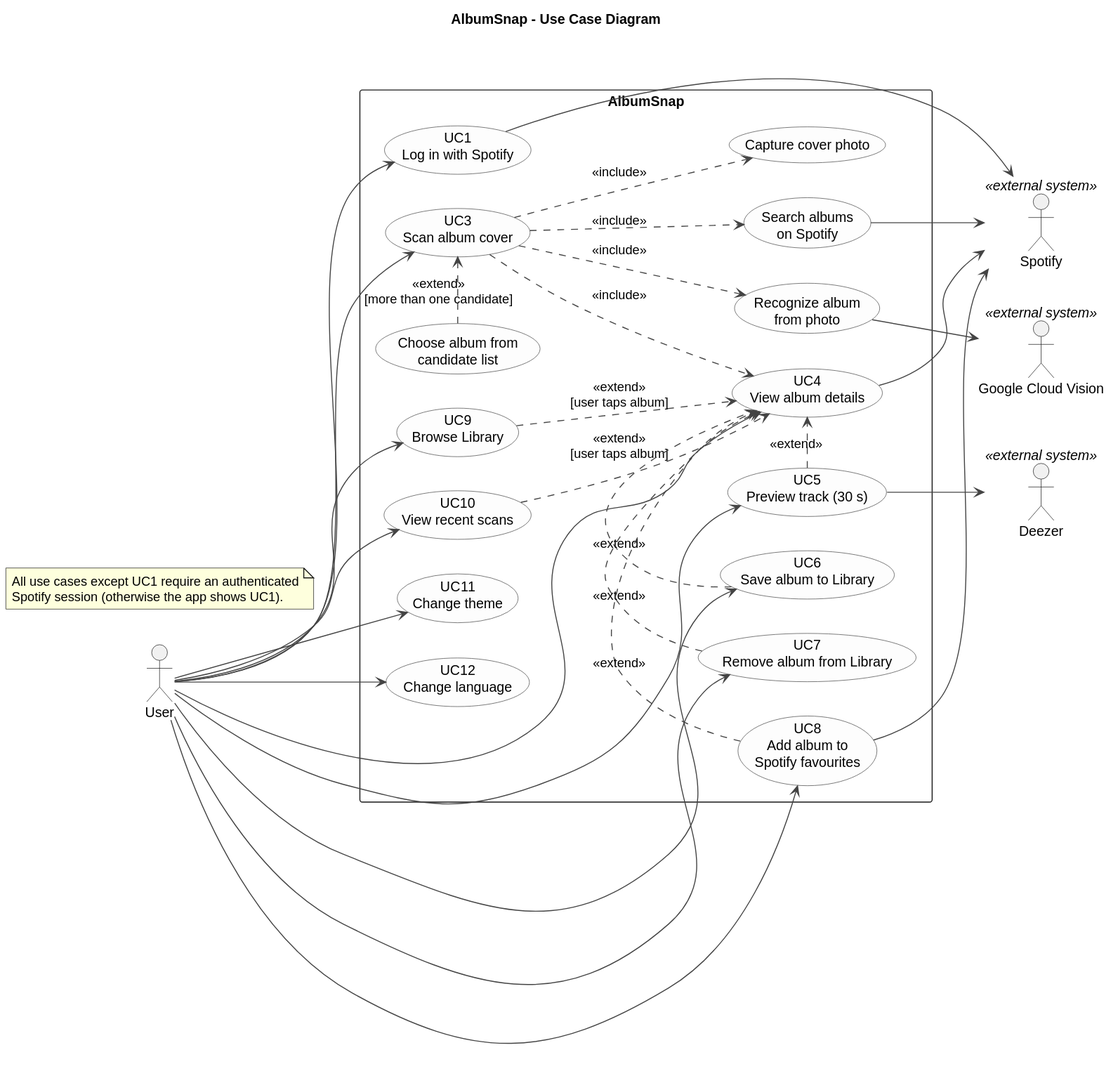
nunoc-isep/DSSMV_ProjectDroid_1251610_1241122 keeps this PlantUML diagram as docs/svg/use_cases.svg. Above is the earlier version. Its diagram source:
```plantuml
@startuml
title AlbumSnap - Use Case Diagram

skinparam shadowing false
skinparam packageStyle rectangle
skinparam usecase {
  BackgroundColor #FDFDFD
  BorderColor #444444
}
skinparam ArrowColor #444444
left to right direction

actor "User" as U
actor "Spotify" as SP <<external system>>
actor "Google Cloud Vision" as GV <<external system>>
actor "Deezer" as DZ <<external system>>

rectangle "AlbumSnap" {

  usecase "UC1\nLog in with Spotify" as UC1

  usecase "UC3\nScan album cover" as UC3
  usecase "Capture cover photo" as UC3a
  usecase "Recognize album\nfrom photo" as UC3b
  usecase "Search albums\non Spotify" as UC3c
  usecase "Choose album from\ncandidate list" as UC3d

  usecase "UC4\nView album details" as UC4
  usecase "UC5\nPreview track (30 s)" as UC5
  usecase "UC6\nSave album to Library" as UC6
  usecase "UC7\nRemove album from Library" as UC7
  usecase "UC8\nAdd album to\nSpotify favourites" as UC8

  usecase "UC9\nBrowse Library" as UC9
  usecase "UC10\nView recent scans" as UC10

  usecase "UC11\nChange theme" as UC11
  usecase "UC12\nChange language" as UC12
}

U --> UC1
U --> UC3
U --> UC4
U --> UC5
U --> UC6
U --> UC7
U --> UC8
U --> UC9
U --> UC10
U --> UC11
U --> UC12

UC3 ..> UC3a : <<include>>
UC3 ..> UC3b : <<include>>
UC3 ..> UC3c : <<include>>
UC3d .> UC3 : <<extend>>\n[more than one candidate]
UC3 ..> UC4 : <<include>>

UC9 ..> UC4 : <<extend>>\n[user taps album]
UC10 ..> UC4 : <<extend>>\n[user taps album]
UC5 .> UC4 : <<extend>>
UC6 .> UC4 : <<extend>>
UC7 .> UC4 : <<extend>>
UC8 .> UC4 : <<extend>>

UC1 --> SP
UC3b --> GV
UC3c --> SP
UC4 --> SP
UC5 --> DZ
UC8 --> SP

note as N1
  All use cases except UC1 require an authenticated
  Spotify session (otherwise the app shows UC1).
end note
@enduml
```
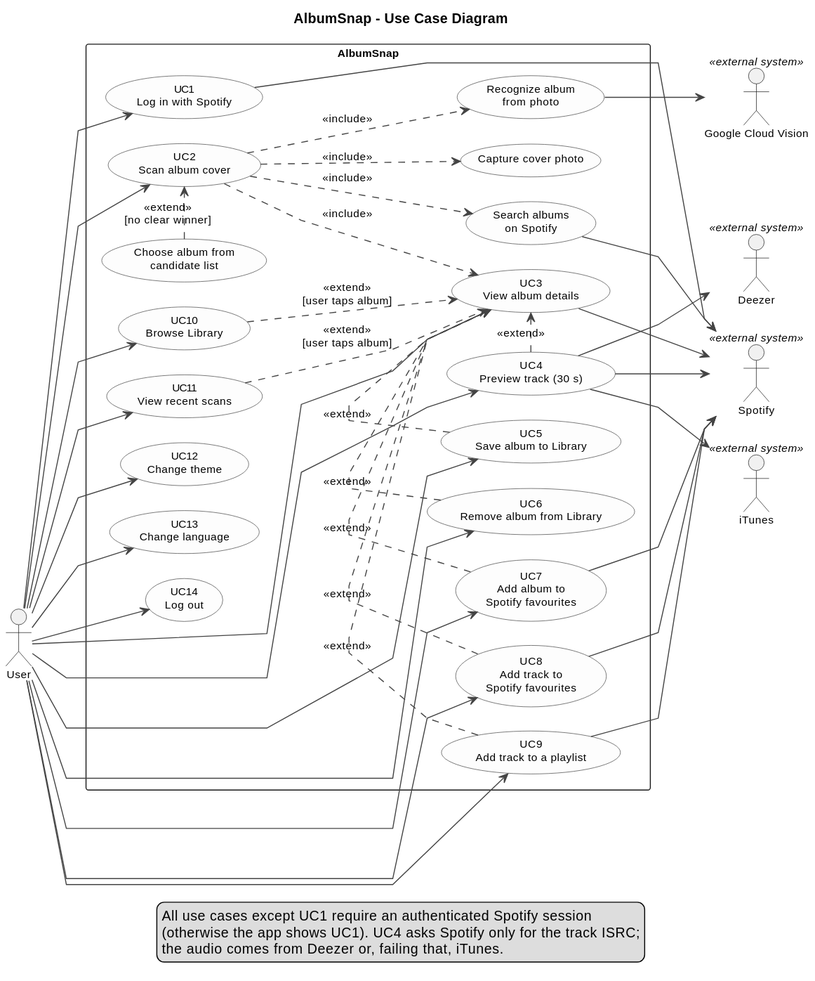
After the change.

What changed in the source:
```diff
@@ -1,44 +1,47 @@
 @startuml
 title AlbumSnap - Use Case Diagram
-
 skinparam shadowing false
 skinparam packageStyle rectangle
+skinparam defaultFontSize 11
 skinparam usecase {
   BackgroundColor #FDFDFD
   BorderColor #444444
 }
 skinparam ArrowColor #444444
 left to right direction
+skinparam linetype polyline
+skinparam nodesep 25
+skinparam ranksep 70
 
 actor "User" as U
 actor "Spotify" as SP <<external system>>
 actor "Google Cloud Vision" as GV <<external system>>
 actor "Deezer" as DZ <<external system>>
+actor "iTunes" as IT <<external system>>
 
 rectangle "AlbumSnap" {
-
   usecase "UC1\nLog in with Spotify" as UC1
-
-  usecase "UC3\nScan album cover" as UC3
-  usecase "Capture cover photo" as UC3a
-  usecase "Recognize album\nfrom photo" as UC3b
-  usecase "Search albums\non Spotify" as UC3c
-  usecase "Choose album from\ncandidate list" as UC3d
-
-  usecase "UC4\nView album details" as UC4
-  usecase "UC5\nPreview track (30 s)" as UC5
-  usecase "UC6\nSave album to Library" as UC6
-  usecase "UC7\nRemove album from Library" as UC7
-  usecase "UC8\nAdd album to\nSpotify favourites" as UC8
-
-  usecase "UC9\nBrowse Library" as UC9
-  usecase "UC10\nView recent scans" as UC10
-
-  usecase "UC11\nChange theme" as UC11
-  usecase "UC12\nChange language" as UC12
+  usecase "UC2\nScan album cover" as UC2
+  usecase "Capture cover photo" as UC2a
+  usecase "Recognize album\nfrom photo" as UC2b
+  usecase "Search albums\non Spotify" as UC2c
+  usecase "Choose album from\ncandidate list" as UC2d
+  usecase "UC3\nView album details" as UC3
+  usecase "UC4\nPreview track (30 s)" as UC4
+  usecase "UC5\nSave album to Library" as UC5
+  usecase "UC6\nRemove album from Library" as UC6
+  usecase "UC7\nAdd album to\nSpotify favourites" as UC7
+  usecase "UC8\nAdd track to\nSpotify favourites" as UC8
+  usecase "UC9\nAdd track to a playlist" as UC9
+  usecase "UC10\nBrowse Library" as UC10
+  usecase "UC11\nView recent scans" as UC11
+  usecase "UC12\nChange theme" as UC12
+  usecase "UC13\nChange language" as UC13
+  usecase "UC14\nLog out" as UC14
 }
 
 U --> UC1
+U --> UC2
 U --> UC3
 U --> UC4
 U --> UC5
@@ -49,29 +52,38 @@
 U --> UC10
 U --> UC11
 U --> UC12
+U --> UC13
+U --> UC14
 
-UC3 ..> UC3a : <<include>>
-UC3 ..> UC3b : <<include>>
-UC3 ..> UC3c : <<include>>
-UC3d .> UC3 : <<extend>>\n[more than one candidate]
-UC3 ..> UC4 : <<include>>
+UC2 ..> UC2a : <<include>>
+UC2 ..> UC2b : <<include>>
+UC2 ..> UC2c : <<include>>
+UC2d .> UC2 : <<extend>>\n[no clear winner]
+UC2 ..> UC3 : <<include>>
 
-UC9 ..> UC4 : <<extend>>\n[user taps album]
-UC10 ..> UC4 : <<extend>>\n[user taps album]
-UC5 .> UC4 : <<extend>>
-UC6 .> UC4 : <<extend>>
-UC7 .> UC4 : <<extend>>
-UC8 .> UC4 : <<extend>>
+UC10 ..> UC3 : <<extend>>\n[user taps album]
+UC11 ..> UC3 : <<extend>>\n[user taps album]
+UC4 .> UC3 : <<extend>>
+UC5 .> UC3 : <<extend>>
+UC6 .> UC3 : <<extend>>
+UC7 .> UC3 : <<extend>>
+UC8 .> UC3 : <<extend>>
+UC9 .> UC3 : <<extend>>
 
 UC1 --> SP
-UC3b --> GV
-UC3c --> SP
+UC2b --> GV
+UC2c --> SP
+UC3 --> SP
 UC4 --> SP
-UC5 --> DZ
+UC4 --> DZ
+UC4 --> IT
+UC7 --> SP
 UC8 --> SP
+UC9 --> SP
 
-note as N1
-  All use cases except UC1 require an authenticated
-  Spotify session (otherwise the app shows UC1).
-end note
+legend bottom
+  All use cases except UC1 require an authenticated Spotify session
+  (otherwise the app shows UC1). UC4 asks Spotify only for the track ISRC;
+  the audio comes from Deezer or, failing that, iTunes.
+endlegend
 @enduml
```
